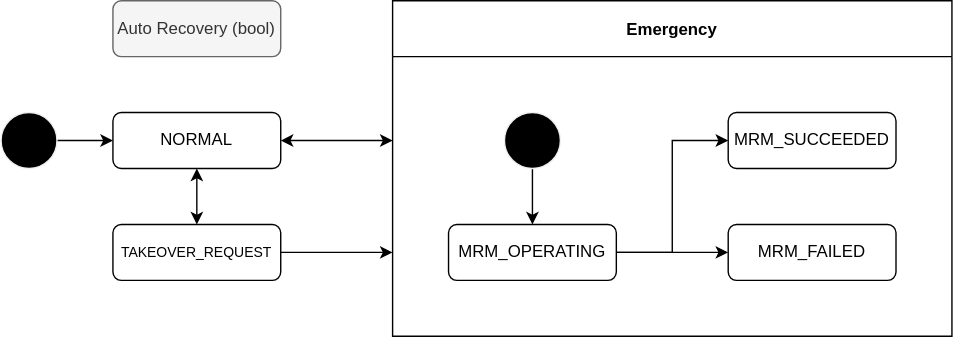
Before: docs/design/autoware-interfaces/ad-api/data/fail-safe-state.drawio.svg, a diagram exported from draw.io (tier4/autoware-documentation). Source tidied: cells renumbered, new cells last; positions are measured from the earlier drawing's top-left corner, leaving out a move shared by most shapes. Source of this version:
```xml
<mxGraphModel>
  <root>
    <mxCell id="0" />
    <mxCell id="1" parent="0" />
    <mxCell id="2" style="edgeStyle=none;html=1;" parent="1" edge="1" source="3" target="8">
      <mxGeometry relative="1" as="geometry" />
    </mxCell>
    <mxCell id="3" style="shape=ellipse;html=1;fillColor=#000000;fontSize=18;fontColor=#ffffff;strokeColor=#F0F0F0;" parent="1" vertex="1">
      <mxGeometry y="80" width="40" height="40" as="geometry" />
    </mxCell>
    <mxCell id="4" style="edgeStyle=none;html=1;entryX=0;entryY=0.75;entryDx=0;entryDy=0;fontSize=10;startArrow=none;startFill=0;" parent="1" edge="1" source="5" target="9">
      <mxGeometry relative="1" as="geometry" />
    </mxCell>
    <mxCell id="5" value="&lt;font style=&quot;font-size: 10px&quot;&gt;TAKEOVER_REQUEST&lt;/font&gt;" style="rounded=1;whiteSpace=wrap;html=1;" parent="1" vertex="1">
      <mxGeometry x="80" y="160" width="120" height="40" as="geometry" />
    </mxCell>
    <mxCell id="6" style="edgeStyle=orthogonalEdgeStyle;rounded=0;html=1;startArrow=classic;startFill=1;" parent="1" edge="1" source="8" target="5">
      <mxGeometry relative="1" as="geometry" />
    </mxCell>
    <mxCell id="7" style="edgeStyle=none;html=1;fontSize=10;startArrow=classic;startFill=1;" parent="1" edge="1" source="8">
      <mxGeometry relative="1" as="geometry">
        <mxPoint x="280" y="100" as="targetPoint" />
      </mxGeometry>
    </mxCell>
    <mxCell id="8" value="NORMAL" style="rounded=1;whiteSpace=wrap;html=1;" parent="1" vertex="1">
      <mxGeometry x="80" y="80" width="120" height="40" as="geometry" />
    </mxCell>
    <mxCell id="9" value="Emergency" style="swimlane;startSize=40;" parent="1" vertex="1">
      <mxGeometry x="280" width="400" height="240" as="geometry" />
    </mxCell>
    <mxCell id="10" value="MRM_SUCCEEDED" style="rounded=1;whiteSpace=wrap;html=1;" parent="9" vertex="1">
      <mxGeometry x="240" y="80" width="120" height="40" as="geometry" />
    </mxCell>
    <mxCell id="11" value="MRM_FAILED" style="rounded=1;whiteSpace=wrap;html=1;" parent="9" vertex="1">
      <mxGeometry x="240" y="160" width="120" height="40" as="geometry" />
    </mxCell>
    <mxCell id="12" value="MRM_OPERATING" style="rounded=1;whiteSpace=wrap;html=1;" parent="9" vertex="1">
      <mxGeometry x="40" y="160" width="120" height="40" as="geometry" />
    </mxCell>
    <mxCell id="13" style="edgeStyle=orthogonalEdgeStyle;rounded=0;html=1;startArrow=none;startFill=0;" parent="9" edge="1" source="12" target="10">
      <mxGeometry relative="1" as="geometry">
        <Array as="points">
          <mxPoint x="200" y="180" />
          <mxPoint x="200" y="100" />
        </Array>
      </mxGeometry>
    </mxCell>
    <mxCell id="14" style="edgeStyle=orthogonalEdgeStyle;rounded=0;html=1;entryX=0;entryY=0.5;entryDx=0;entryDy=0;startArrow=none;startFill=0;" parent="9" edge="1" source="12" target="11">
      <mxGeometry relative="1" as="geometry" />
    </mxCell>
    <mxCell id="15" style="edgeStyle=none;html=1;fontSize=10;" parent="9" edge="1" source="16" target="12">
      <mxGeometry relative="1" as="geometry" />
    </mxCell>
    <mxCell id="16" style="shape=ellipse;html=1;fillColor=#000000;fontSize=18;fontColor=#ffffff;strokeColor=#F0F0F0;" parent="9" vertex="1">
      <mxGeometry x="80" y="80" width="40" height="40" as="geometry" />
    </mxCell>
    <mxCell id="17" value="Auto Recovery (bool)" style="rounded=1;whiteSpace=wrap;html=1;fillColor=#f5f5f5;fontColor=#333333;strokeColor=#666666;" parent="1" vertex="1">
      <mxGeometry x="80" width="120" height="40" as="geometry" />
    </mxCell>
  </root>
</mxGraphModel>
```
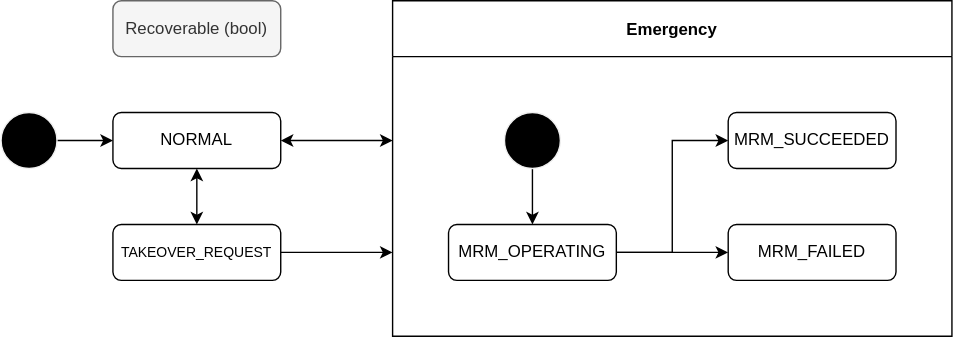
Later version of the same file.

Commit message:
Add fail safe state

Diff of the diagram source:
```diff
@@ -54,7 +54,7 @@
     <mxCell id="16" style="shape=ellipse;html=1;fillColor=#000000;fontSize=18;fontColor=#ffffff;strokeColor=#F0F0F0;" parent="9" vertex="1">
       <mxGeometry x="80" y="80" width="40" height="40" as="geometry" />
     </mxCell>
-    <mxCell id="17" value="Auto Recovery (bool)" style="rounded=1;whiteSpace=wrap;html=1;fillColor=#f5f5f5;fontColor=#333333;strokeColor=#666666;" parent="1" vertex="1">
+    <mxCell id="17" value="Recoverable&amp;nbsp;(bool)" style="rounded=1;whiteSpace=wrap;html=1;fillColor=#f5f5f5;fontColor=#333333;strokeColor=#666666;" parent="1" vertex="1">
       <mxGeometry x="80" width="120" height="40" as="geometry" />
     </mxCell>
   </root>
```
